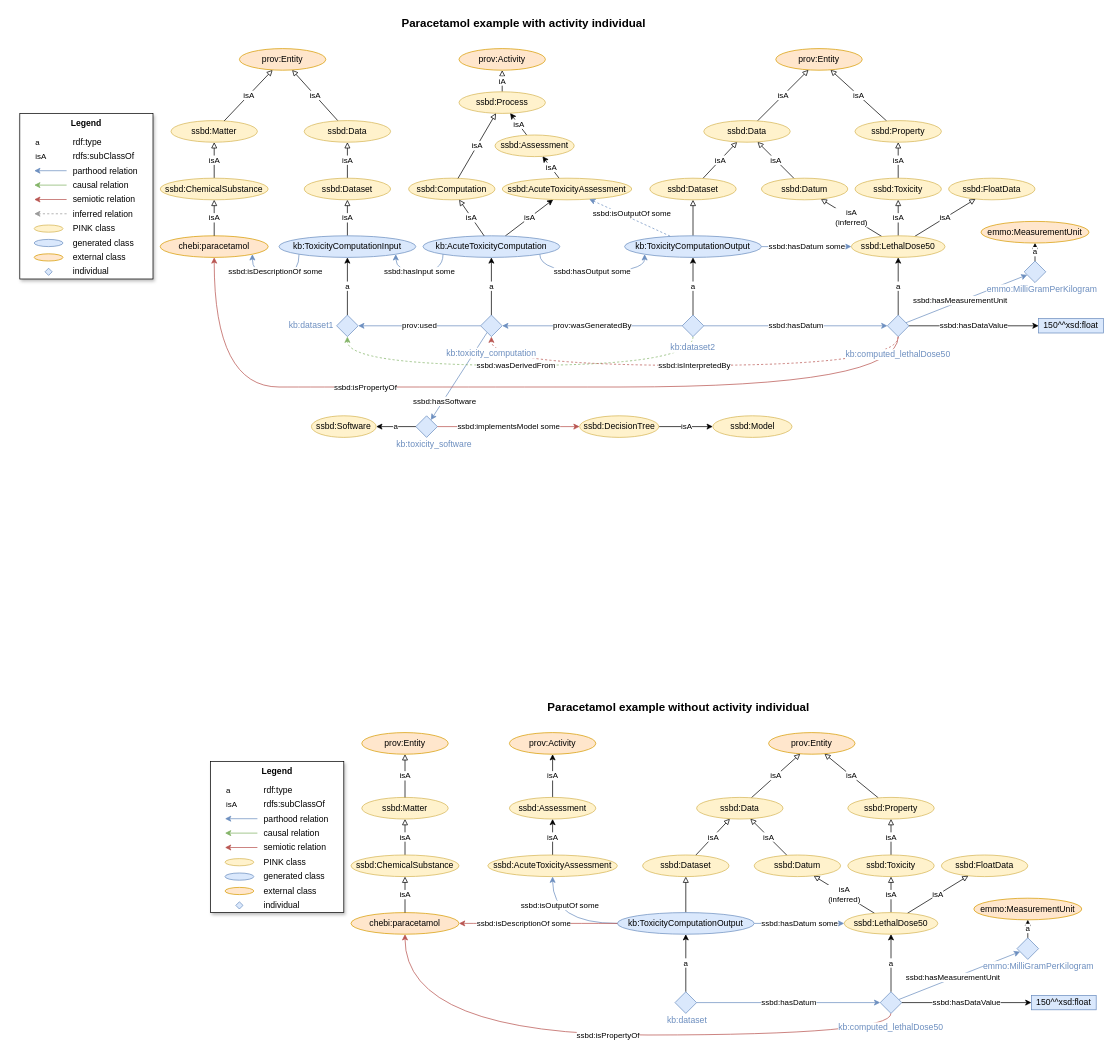
This is page "example" (6 of 8) of docs/figs/figures.drawio from ssbd-ontology/core, a draw.io file, before an edit. Source tidied: cells renumbered, new cells numbered last; positions are measured from the earlier drawing's top-left corner, leaving out a move shared by most shapes. Both pictures are drawn from the tidied source at 72%, with x=0, y=0 at pixel (12, 12).
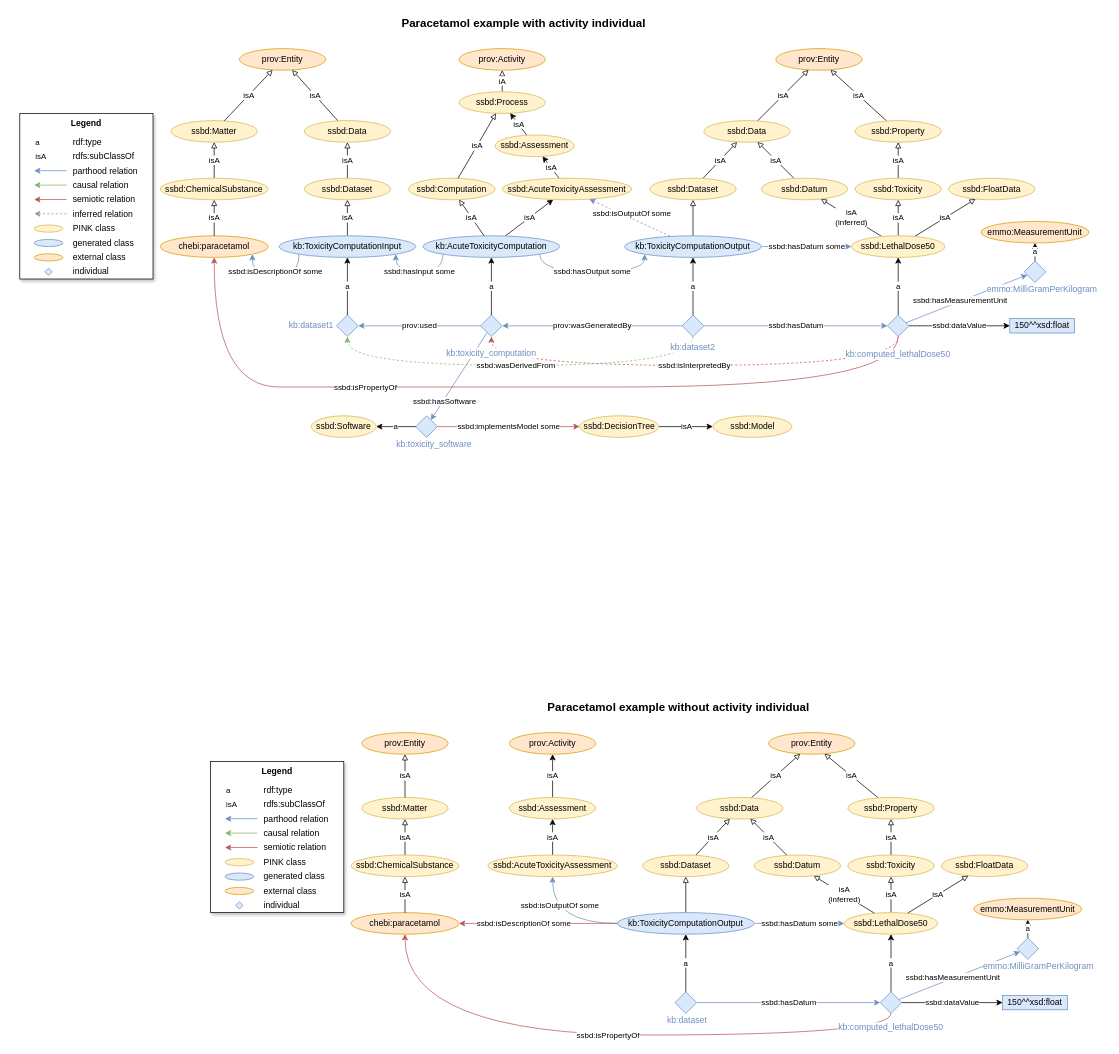
The same diagram, later.

Unchanged cells that the change refers to:
```xml
<mxCell id="55" style="rhombus;whiteSpace=wrap;html=1;fillColor=#dae8fc;strokeColor=#6c8ebf;" parent="1" vertex="1">
  <mxGeometry x="1215" y="420" width="30" height="30" as="geometry" />
</mxCell>
<mxCell id="110" style="rhombus;whiteSpace=wrap;html=1;fillColor=#dae8fc;strokeColor=#6c8ebf;" parent="1" vertex="1">
  <mxGeometry x="1205" y="1360" width="30" height="30" as="geometry" />
</mxCell>
```

Diff of the diagram source:
```diff
@@
     <mxCell id="60" value="150^^xsd:float" style="rounded=0;whiteSpace=wrap;html=1;fillColor=#dae8fc;strokeColor=#6c8ebf;" parent="1" vertex="1">
-      <mxGeometry x="1425" y="425" width="90" height="20" as="geometry" />
+      <mxGeometry x="1385" y="425" width="90" height="20" as="geometry" />
     </mxCell>
-    <mxCell id="61" value="ssbd:hasDataValue" style="endArrow=classic;html=1;rounded=0;" parent="1" edge="1" source="55" target="60">
+    <mxCell id="61" value="ssbd:dataValue" style="endArrow=classic;html=1;rounded=0;" parent="1" edge="1" source="55" target="60">
       <mxGeometry relative="1" as="geometry" />
     </mxCell>
@@
     <mxCell id="115" value="150^^xsd:float" style="rounded=0;whiteSpace=wrap;html=1;fillColor=#dae8fc;strokeColor=#6c8ebf;" parent="1" vertex="1">
-      <mxGeometry x="1415" y="1365" width="90" height="20" as="geometry" />
+      <mxGeometry x="1375" y="1365" width="90" height="20" as="geometry" />
     </mxCell>
-    <mxCell id="116" value="ssbd:hasDataValue" style="endArrow=classic;html=1;rounded=0;" parent="1" edge="1" source="110" target="115">
+    <mxCell id="116" value="ssbd:dataValue" style="endArrow=classic;html=1;rounded=0;" parent="1" edge="1" source="110" target="115">
       <mxGeometry relative="1" as="geometry" />
     </mxCell>
```
